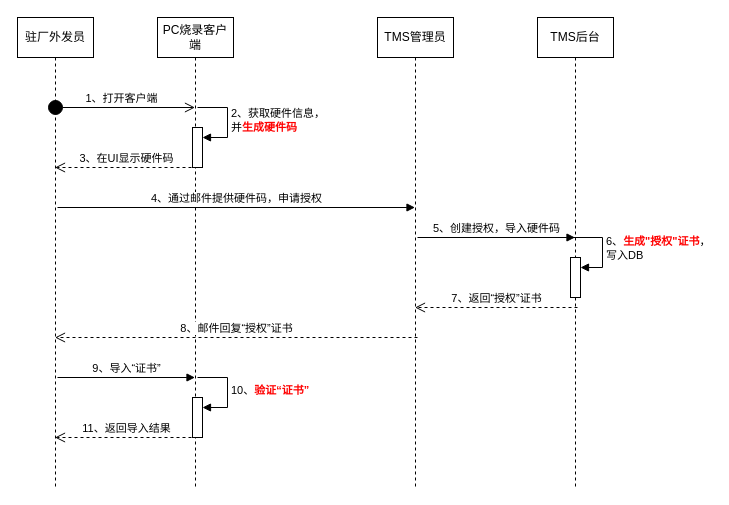
Before: page "基于工控机" (2 of 2) of TMS-4.drawio in zebra-min/my-design, a draw.io diagram. Source tidied: cells renumbered, new cells numbered last; positions are measured from the earlier drawing's top-left corner, leaving out a move shared by most shapes. Both pictures are drawn from the tidied source at 100%, with x=0, y=0 at pixel (17, 17).
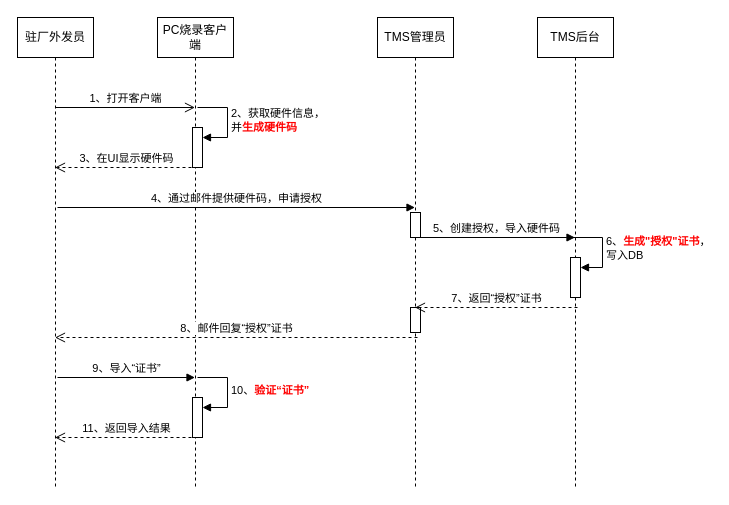
The same diagram, later.

The change refers to these unchanged cells:
```xml
<mxCell id="5" value="驻厂外发员" style="shape=umlLifeline;perimeter=lifelinePerimeter;whiteSpace=wrap;html=1;outlineConnect=0;portConstraint=eastwest;newEdgeStyle={&quot;curved&quot;:0,&quot;rounded&quot;:0};" parent="1" vertex="1">
  <mxGeometry width="76" height="470" as="geometry" />
</mxCell>
<mxCell id="6" value="TMS管理员" style="shape=umlLifeline;perimeter=lifelinePerimeter;whiteSpace=wrap;html=1;outlineConnect=0;portConstraint=eastwest;newEdgeStyle={&quot;curved&quot;:0,&quot;rounded&quot;:0};" parent="1" vertex="1">
  <mxGeometry x="360" width="76" height="470" as="geometry" />
</mxCell>
```

What changed in the source:
```diff
@@
+    <mxCell id="20" style="html=1;perimeter=orthogonalPerimeter;targetShapes=umlLifeline;newEdgeStyle={&quot;curved&quot;:0,&quot;rounded&quot;:0};" parent="6" vertex="1">
+      <mxGeometry x="33" y="195" width="10" height="25" as="geometry" />
+    </mxCell>
+    <mxCell id="21" style="html=1;perimeter=orthogonalPerimeter;targetShapes=umlLifeline;newEdgeStyle={&quot;curved&quot;:0,&quot;rounded&quot;:0};" parent="6" vertex="1">
+      <mxGeometry x="33" y="290" width="10" height="25" as="geometry" />
+    </mxCell>
@@
-    <mxCell id="10" value="1、打开客户端" style="html=1;verticalAlign=bottom;startArrow=circle;startFill=1;endArrow=open;startSize=6;endSize=8;curved=0;rounded=0;" parent="1" edge="1">
+    <mxCell id="10" value="1、打开客户端" style="html=1;verticalAlign=bottom;startArrow=none;startFill=0;endArrow=open;startSize=6;endSize=8;curved=0;rounded=0;" parent="1" edge="1" source="5">
       <mxGeometry relative="1" as="geometry">
-        <mxPoint x="30" y="90" as="sourcePoint" />
         <mxPoint x="177.5" y="90" as="targetPoint" />
       </mxGeometry>
     </mxCell>
```
